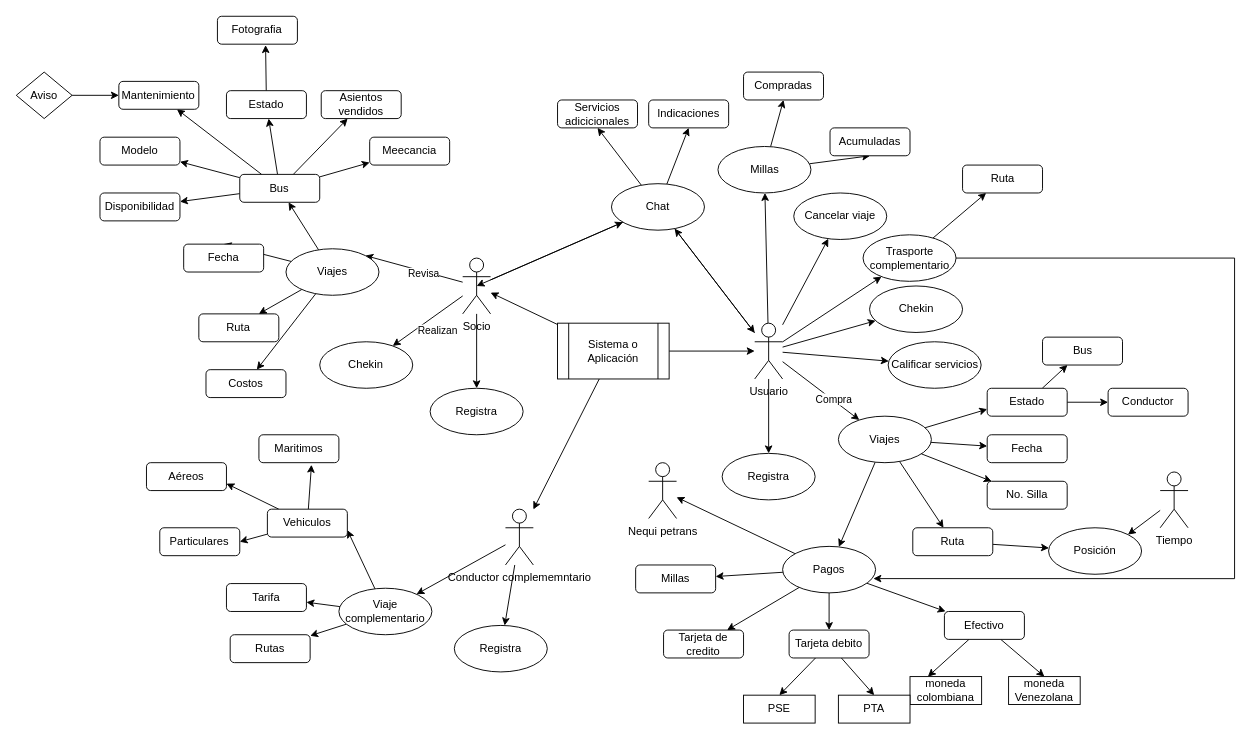
Above: Conceptos.drawio in andrees971/Sistema_de_trasporte (draw.io), before the change. Source tidied: cells renumbered, new cells numbered last; positions are measured from the earlier drawing's top-left corner, leaving out a move shared by most shapes. Both pictures are drawn from the tidied source at 93%, with x=0, y=0 at pixel (16, 16).
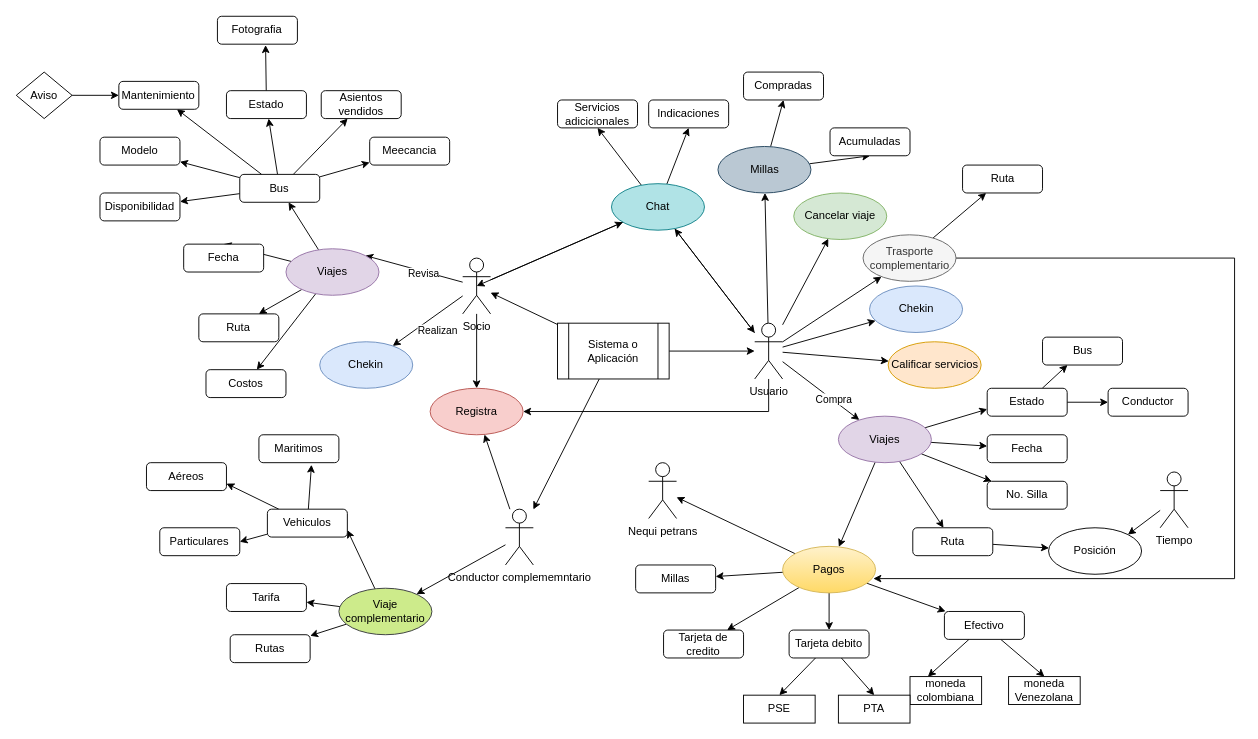
After the change.

Commit message (it also covers changes not shown here):
Se modificio el mapa de conceptos y los requisitos, se agrgeo un arbol de grafos, la vision e industrias o sistemas que ayuden a las necesidades de el sisetema de trasporte

Unchanged cells that the change refers to:
```xml
<mxCell id="12" value="Usuario" style="shape=umlActor;verticalLabelPosition=bottom;verticalAlign=top;html=1;outlineConnect=0;" parent="1" vertex="1">
  <mxGeometry x="794" y="330" width="30" height="60" as="geometry" />
</mxCell>
<mxCell id="99" value="Conductor complememntario" style="shape=umlActor;verticalLabelPosition=bottom;verticalAlign=top;html=1;outlineConnect=0;" parent="1" vertex="1">
  <mxGeometry x="526" y="530" width="30" height="60" as="geometry" />
</mxCell>
```

The edit, as a diff of the source:
```diff
@@
-    <mxCell id="2" value="Registra" style="ellipse;whiteSpace=wrap;html=1;" parent="1" vertex="1">
-      <mxGeometry x="759" y="470" width="100" height="50" as="geometry" />
-    </mxCell>
-    <mxCell id="3" style="edgeStyle=orthogonalEdgeStyle;rounded=0;jettySize=auto;html=1;" parent="1" edge="1" source="12" target="2">
-      <mxGeometry relative="1" as="geometry" />
+    <mxCell id="3" style="edgeStyle=orthogonalEdgeStyle;rounded=0;jettySize=auto;html=1;" parent="1" edge="1" source="12" target="55">
+      <mxGeometry relative="1" as="geometry">
+        <Array as="points">
+          <mxPoint x="809" y="425" />
+        </Array>
+      </mxGeometry>
     </mxCell>
@@
-    <mxCell id="18" value="Viajes" style="ellipse;whiteSpace=wrap;html=1;" parent="1" vertex="1">
+    <mxCell id="18" value="Viajes" style="ellipse;whiteSpace=wrap;html=1;fillColor=#e1d5e7;strokeColor=#9673a6;" parent="1" vertex="1">
       <mxGeometry x="884" y="430" width="100" height="50" as="geometry" />
     </mxCell>
-    <mxCell id="19" value="Chekin" style="ellipse;whiteSpace=wrap;html=1;" parent="1" vertex="1">
+    <mxCell id="19" value="Chekin" style="ellipse;whiteSpace=wrap;html=1;fillColor=#dae8fc;strokeColor=#6c8ebf;" parent="1" vertex="1">
       <mxGeometry x="917.5" y="290" width="100" height="50" as="geometry" />
     </mxCell>
@@
-    <mxCell id="22" value="Millas" style="ellipse;whiteSpace=wrap;html=1;" parent="1" vertex="1">
+    <mxCell id="22" value="Millas" style="ellipse;whiteSpace=wrap;html=1;fillColor=#bac8d3;strokeColor=#23445d;" parent="1" vertex="1">
       <mxGeometry x="754.5" y="140" width="100" height="50" as="geometry" />
     </mxCell>
@@
-    <mxCell id="29" value="Cancelar viaje" style="ellipse;whiteSpace=wrap;html=1;" parent="1" vertex="1">
+    <mxCell id="29" value="Cancelar viaje" style="ellipse;whiteSpace=wrap;html=1;fillColor=#d5e8d4;strokeColor=#82b366;" parent="1" vertex="1">
       <mxGeometry x="836" y="190" width="100" height="50" as="geometry" />
     </mxCell>
@@
-    <mxCell id="35" value="Pagos" style="ellipse;whiteSpace=wrap;html=1;" parent="1" vertex="1">
+    <mxCell id="35" value="Pagos" style="ellipse;whiteSpace=wrap;html=1;gradientColor=#ffd966;fillColor=#fff2cc;strokeColor=#d6b656;" parent="1" vertex="1">
       <mxGeometry x="824" y="570" width="100" height="50" as="geometry" />
     </mxCell>
@@
-    <mxCell id="55" value="Registra" style="ellipse;whiteSpace=wrap;html=1;" parent="1" vertex="1">
+    <mxCell id="55" value="Registra" style="ellipse;whiteSpace=wrap;html=1;fillColor=#f8cecc;strokeColor=#b85450;" parent="1" vertex="1">
       <mxGeometry x="445" y="400" width="100" height="50" as="geometry" />
     </mxCell>
@@
-    <mxCell id="60" value="Viajes" style="ellipse;whiteSpace=wrap;html=1;" parent="1" vertex="1">
+    <mxCell id="60" value="Viajes" style="ellipse;whiteSpace=wrap;html=1;fillColor=#e1d5e7;strokeColor=#9673a6;" parent="1" vertex="1">
       <mxGeometry x="290" y="250" width="100" height="50" as="geometry" />
     </mxCell>
@@
-    <mxCell id="79" value="Chekin" style="ellipse;whiteSpace=wrap;html=1;" parent="1" vertex="1">
+    <mxCell id="79" value="Chekin" style="ellipse;whiteSpace=wrap;html=1;fillColor=#dae8fc;strokeColor=#6c8ebf;" parent="1" vertex="1">
       <mxGeometry x="326.3" y="350" width="100" height="50" as="geometry" />
     </mxCell>
@@
-    <mxCell id="89" value="Chat" style="ellipse;whiteSpace=wrap;html=1;" parent="1" vertex="1">
+    <mxCell id="89" value="Chat" style="ellipse;whiteSpace=wrap;html=1;fillColor=#b0e3e6;strokeColor=#0e8088;" parent="1" vertex="1">
       <mxGeometry x="640" y="180" width="100" height="50" as="geometry" />
     </mxCell>
@@
-    <mxCell id="96" value="Trasporte complementario" style="ellipse;whiteSpace=wrap;html=1;" parent="1" vertex="1">
+    <mxCell id="96" value="Trasporte complementario" style="ellipse;whiteSpace=wrap;html=1;fillColor=#f5f5f5;strokeColor=#666666;fontColor=#333333;" parent="1" vertex="1">
       <mxGeometry x="910.5" y="235" width="100" height="50" as="geometry" />
     </mxCell>
@@
-    <mxCell id="98" style="edgeStyle=none;rounded=0;jettySize=auto;html=1;" parent="1" edge="1" source="99" target="104">
-      <mxGeometry relative="1" as="geometry" />
-    </mxCell>
+    <mxCell id="125" style="rounded=0;jettySize=auto;html=1;" parent="1" edge="1" source="99" target="55">
+      <mxGeometry relative="1" as="geometry" />
+    </mxCell>
@@
-    <mxCell id="103" value="Viaje complementario" style="ellipse;whiteSpace=wrap;html=1;" parent="1" vertex="1">
+    <mxCell id="103" value="Viaje complementario" style="ellipse;whiteSpace=wrap;html=1;fillColor=#cdeb8b;strokeColor=#36393d;" parent="1" vertex="1">
       <mxGeometry x="346.9" y="615" width="100" height="50" as="geometry" />
     </mxCell>
-    <mxCell id="104" value="Registra" style="ellipse;whiteSpace=wrap;html=1;" parent="1" vertex="1">
-      <mxGeometry x="471" y="655" width="100" height="50" as="geometry" />
-    </mxCell>
@@
-    <mxCell id="119" value="Calificar servicios" style="ellipse;whiteSpace=wrap;html=1;" parent="1" vertex="1">
+    <mxCell id="119" value="Calificar servicios" style="ellipse;whiteSpace=wrap;html=1;fillColor=#ffe6cc;strokeColor=#d79b00;" parent="1" vertex="1">
       <mxGeometry x="937.5" y="350" width="100" height="50" as="geometry" />
     </mxCell>
```
